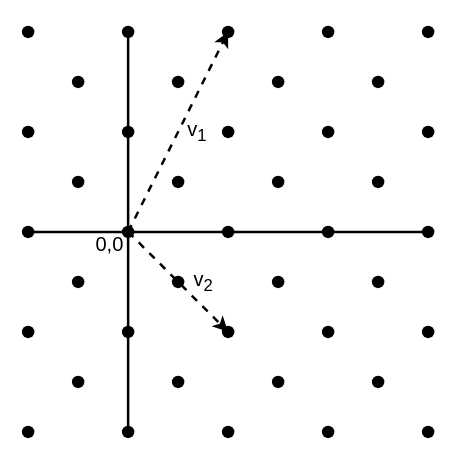
Above: pictures/lattice.drawio in SamoKopecky/diploma-thesis-latex (draw.io), before the change. Source tidied: cells renumbered, new cells numbered last; positions are measured from the earlier drawing's top-left corner, leaving out a move shared by most shapes. Both pictures are drawn from the tidied source at 125%, with x=0, y=0 at pixel (21, 25).
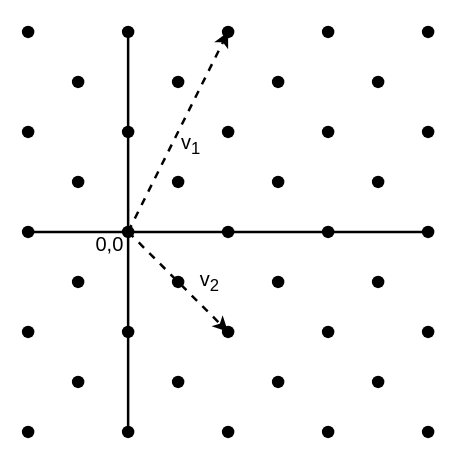
The same diagram, later.

The edit, as a diff of the source:
```diff
@@
-    <mxCell id="42" style="endArrow=classic;html=1;rounded=0;strokeWidth=2;dashed=1;" parent="1" edge="1">
+    <mxCell id="42" style="endArrow=classic;html=1;rounded=0;strokeWidth=2;dashed=1;strokeColor=#000000;fontColor=#000000;" parent="1" edge="1">
       <mxGeometry relative="1" as="geometry">
         <mxPoint x="85" y="165" as="sourcePoint" />
         <mxPoint x="165" y="5" as="targetPoint" />
       </mxGeometry>
     </mxCell>
@@
-    <mxCell id="44" style="endArrow=classic;html=1;rounded=0;strokeWidth=2;dashed=1;" parent="1" edge="1">
+    <mxCell id="44" style="endArrow=classic;html=1;rounded=0;strokeWidth=2;dashed=1;strokeColor=#000000;fontColor=#000000;" parent="1" edge="1">
       <mxGeometry relative="1" as="geometry">
         <mxPoint x="85" y="165" as="sourcePoint" />
         <mxPoint x="165" y="245" as="targetPoint" />
       </mxGeometry>
     </mxCell>
@@
-    <mxCell id="48" value="&lt;font style=&quot;font-size: 16px;&quot;&gt;v&lt;sub&gt;1&lt;/sub&gt;&lt;/font&gt;" style="text;html=1;align=center;verticalAlign=middle;strokeColor=none;fillColor=none;" parent="1" vertex="1">
-      <mxGeometry x="120" y="65" width="40" height="40" as="geometry" />
+    <mxCell id="48" value="&lt;span style=&quot;font-size: 16px;&quot;&gt;v&lt;sub&gt;1&lt;/sub&gt;&lt;/span&gt;" style="text;html=1;align=center;verticalAlign=middle;strokeColor=none;fillColor=none;fontColor=#000000;" parent="1" vertex="1">
+      <mxGeometry x="115" y="75" width="40" height="40" as="geometry" />
     </mxCell>
-    <mxCell id="49" value="&lt;font style=&quot;font-size: 16px;&quot;&gt;v&lt;sub style=&quot;&quot;&gt;2&lt;/sub&gt;&lt;/font&gt;" style="text;html=1;align=center;verticalAlign=middle;strokeColor=none;fillColor=none;" parent="1" vertex="1">
-      <mxGeometry x="125" y="185" width="40" height="40" as="geometry" />
+    <mxCell id="49" value="&lt;span style=&quot;font-size: 16px;&quot;&gt;v&lt;sub&gt;2&lt;/sub&gt;&lt;/span&gt;" style="text;html=1;align=center;verticalAlign=middle;strokeColor=none;fillColor=none;fontColor=#000000;" parent="1" vertex="1">
+      <mxGeometry x="130" y="185" width="40" height="40" as="geometry" />
     </mxCell>
```
